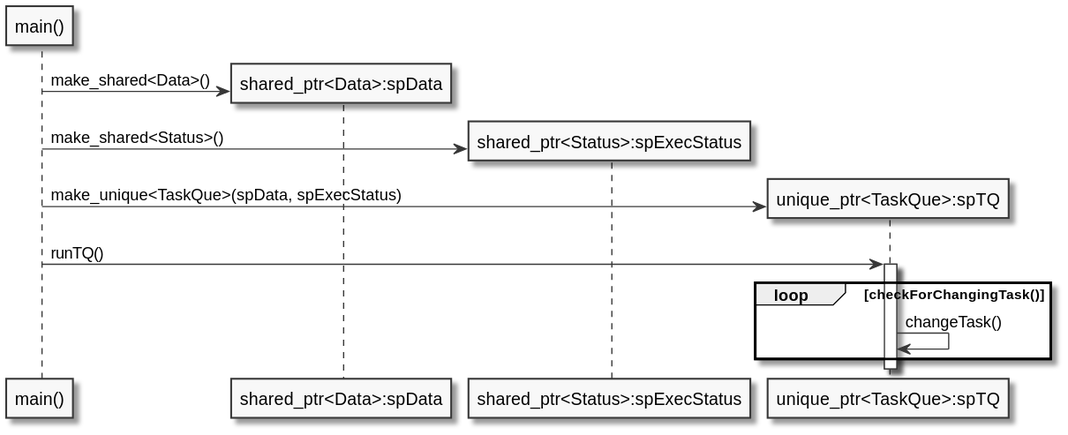
Earlier version of the PlantUML export docs/Pictures/SequenceDiagramQueue.svg (VPERepos/vperepos.github.io). The source it was exported from:
```plantuml
@startuml
skinparam monochrome true
skinparam classAttributeIconSize 0

participant "main()" as A
participant "shared_ptr<Data>:spData" as B
participant "shared_ptr<Status>:spExecStatus" as C
participant "unique_ptr<TaskQue>:spTQ" as D
A ->  B **: make_shared<Data>()
A ->  C **: make_shared<Status>()
A ->  D **: make_unique<TaskQue>(spData, spExecStatus)
A -> D : runTQ()
activate D

loop checkForChangingTask()
    D -> D: changeTask()
end
@enduml
```
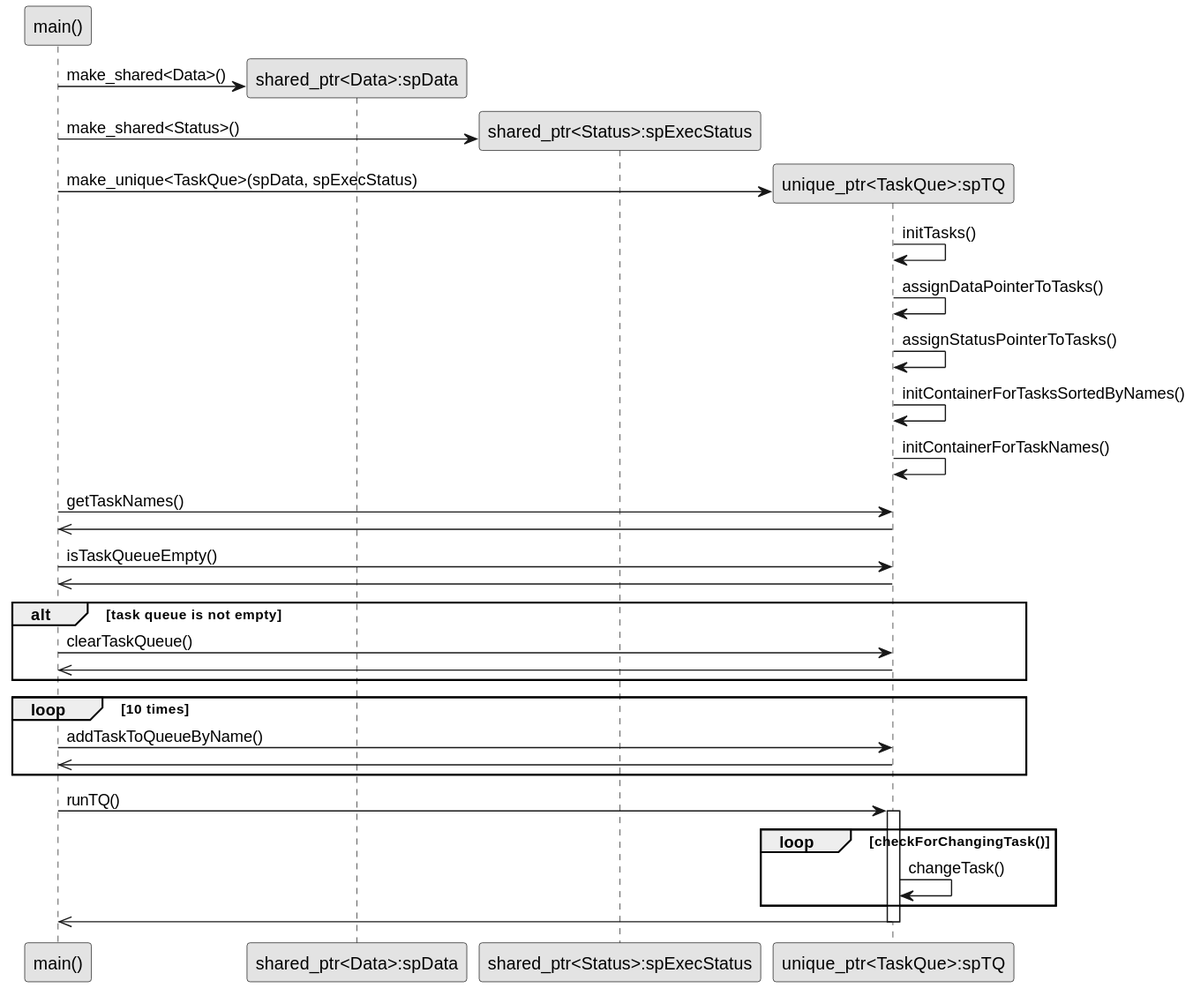
The same file after the commit.

Diff of the diagram source:
```diff
@@ -9,10 +9,30 @@
 A ->  B **: make_shared<Data>()
 A ->  C **: make_shared<Status>()
 A ->  D **: make_unique<TaskQue>(spData, spExecStatus)
+D -> D : initTasks()
+D -> D : assignDataPointerToTasks()
+D -> D : assignStatusPointerToTasks()
+D -> D : initContainerForTasksSortedByNames()
+D -> D : initContainerForTaskNames()
+A -> D : getTaskNames()
+D ->> A
+A -> D : isTaskQueueEmpty()
+D ->> A
+alt task queue is not empty
+A -> D : clearTaskQueue()
+D ->> A
+end
+loop 10 times
+A -> D : addTaskToQueueByName()
+D ->> A
+end
+
 A -> D : runTQ()
 activate D
 
 loop checkForChangingTask()
     D -> D: changeTask()
 end
+D ->> A
+deactivate D
 @enduml
```
